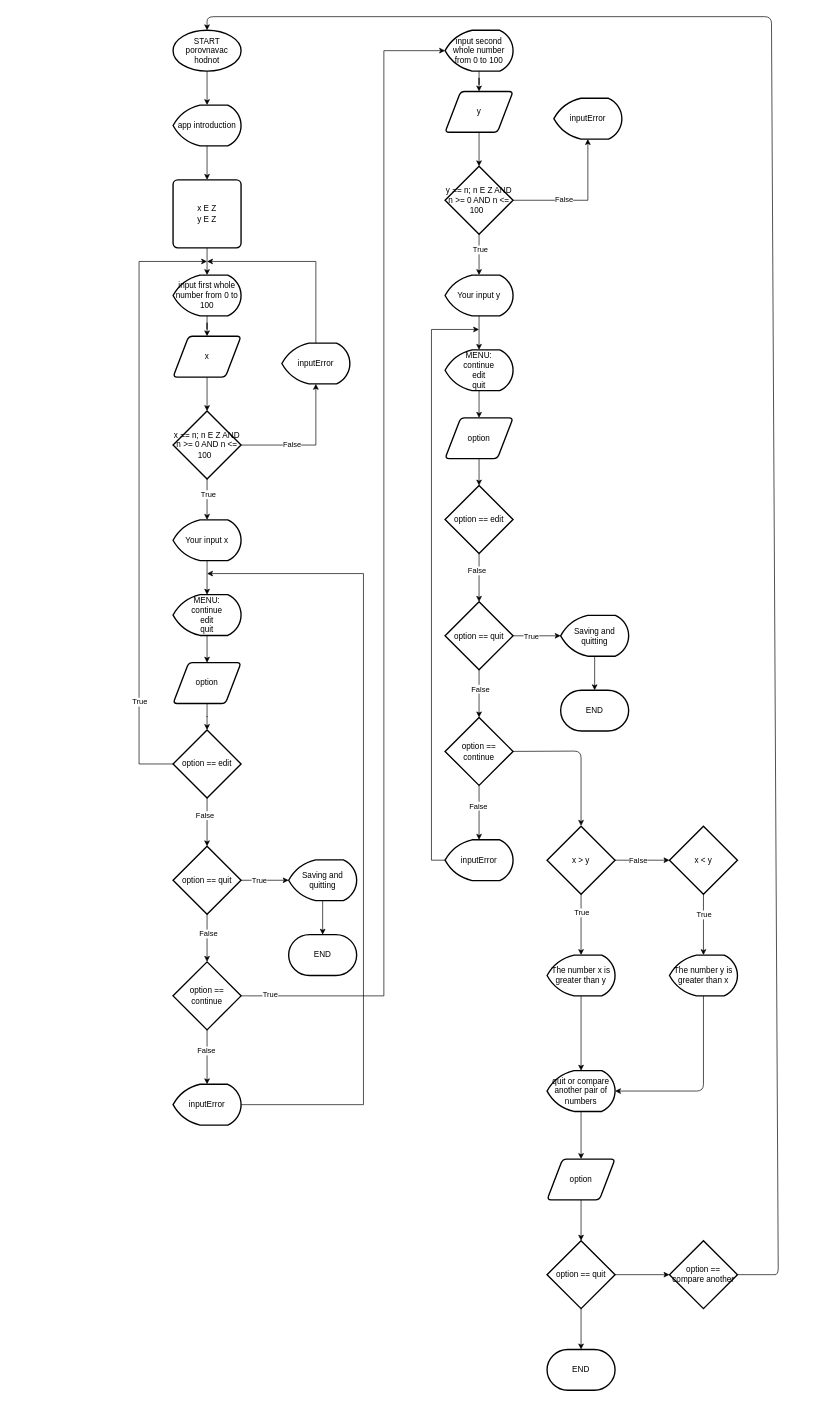
The draw.io diagram comparator.drawio in otevrro21/Comparator, before the edit. Source tidied: cells renumbered, new cells numbered last; positions are measured from the earlier drawing's top-left corner, leaving out a move shared by most shapes. Both pictures are drawn from the tidied source at 68%, with x=0, y=0 at pixel (139, 16).
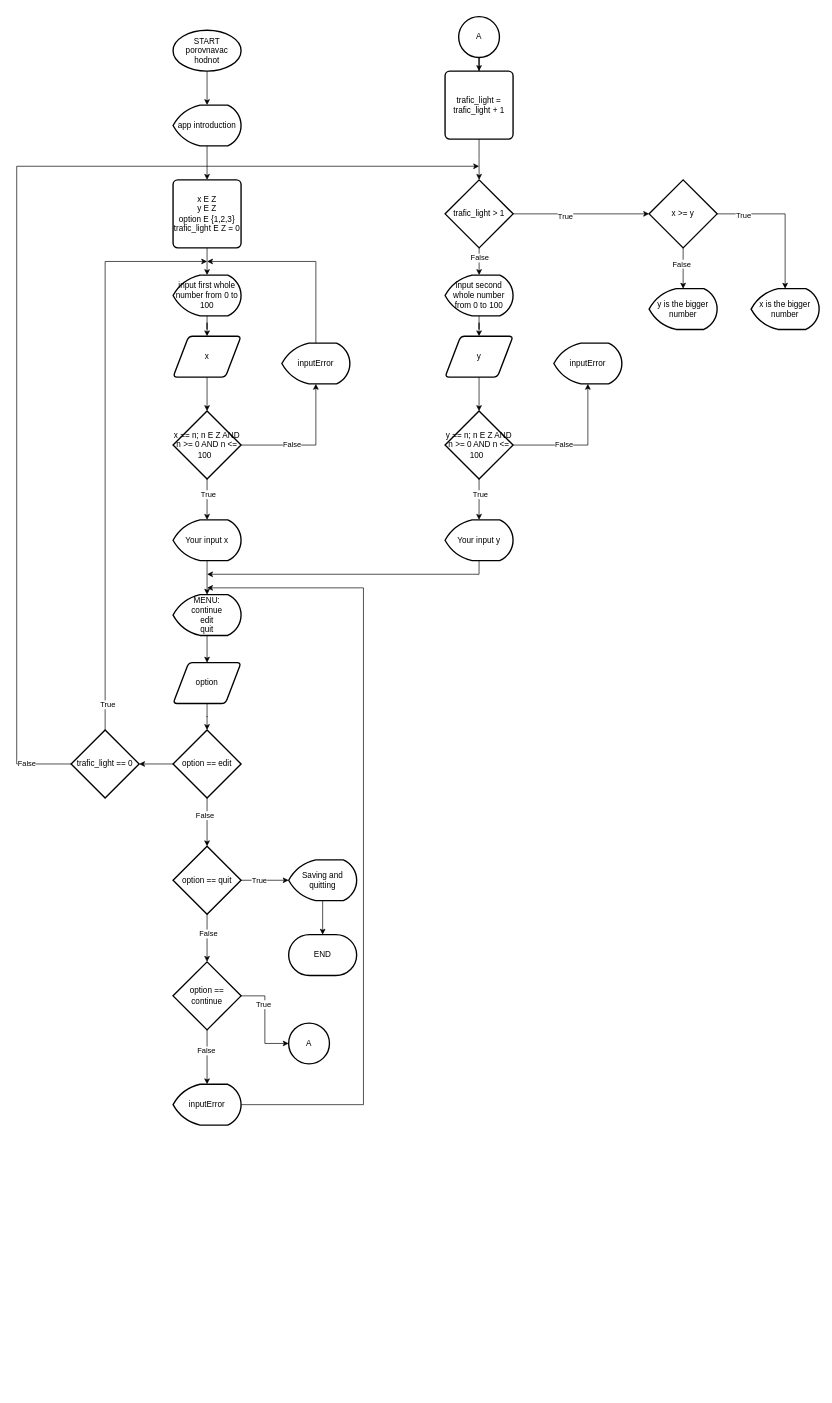
The same page after the edit.

Commit message (it also covers changes not shown here):
edit gitingore and flowchart

The change refers to these unchanged cells:
```xml
<mxCell id="3" value="START&lt;br&gt;porovnavac hodnot" style="strokeWidth=2;html=1;shape=mxgraph.flowchart.start_1;whiteSpace=wrap;" parent="1" vertex="1">
  <mxGeometry x="50" y="20" width="100" height="60" as="geometry" />
</mxCell>
<mxCell id="29" value="option == edit" style="strokeWidth=2;html=1;shape=mxgraph.flowchart.decision;whiteSpace=wrap;" parent="1" vertex="1">
  <mxGeometry x="50" y="1049" width="100" height="100" as="geometry" />
</mxCell>
<mxCell id="39" value="option == continue" style="strokeWidth=2;html=1;shape=mxgraph.flowchart.decision;whiteSpace=wrap;" parent="1" vertex="1">
  <mxGeometry x="50" y="1390" width="100" height="100" as="geometry" />
</mxCell>
<mxCell id="60" value="inputError" style="strokeWidth=2;html=1;shape=mxgraph.flowchart.display;whiteSpace=wrap;" parent="1" vertex="1">
  <mxGeometry x="50" y="1570" width="100" height="60" as="geometry" />
</mxCell>
```

Change to the diagram source:
```diff
@@
-    <mxCell id="7" value="x E Z&lt;br&gt;y E Z" style="rounded=1;whiteSpace=wrap;html=1;absoluteArcSize=1;arcSize=14;strokeWidth=2;" parent="1" vertex="1">
+    <mxCell id="7" value="x E Z&lt;br&gt;y E Z&lt;br&gt;option E {1,2,3}&lt;br&gt;trafic_light E Z = 0" style="rounded=1;whiteSpace=wrap;html=1;absoluteArcSize=1;arcSize=14;strokeWidth=2;" parent="1" vertex="1">
       <mxGeometry x="50" y="240" width="100" height="100" as="geometry" />
     </mxCell>
@@
-    <mxCell id="25" style="edgeStyle=orthogonalEdgeStyle;rounded=0;jettySize=auto;html=1;exitX=0;exitY=0.5;exitDx=0;exitDy=0;exitPerimeter=0;" parent="1" edge="1" source="29">
-      <mxGeometry relative="1" as="geometry">
-        <mxPoint x="100" y="360" as="targetPoint" />
-        <Array as="points">
-          <mxPoint y="1099" />
-          <mxPoint y="360" />
-        </Array>
-      </mxGeometry>
-    </mxCell>
-    <mxCell id="26" value="True" style="edgeLabel;html=1;align=center;verticalAlign=middle;" parent="25" vertex="1">
-      <mxGeometry x="-0.68" relative="1" as="geometry" />
-    </mxCell>
@@
+    <mxCell id="100" style="edgeStyle=orthogonalEdgeStyle;rounded=0;jettySize=auto;html=1;" parent="1" edge="1" source="29" target="110">
+      <mxGeometry relative="1" as="geometry" />
+    </mxCell>
@@
-    <mxCell id="35" style="edgeStyle=orthogonalEdgeStyle;rounded=0;jettySize=auto;html=1;entryX=0;entryY=0.5;entryDx=0;entryDy=0;entryPerimeter=0;" parent="1" edge="1" source="39" target="44">
-      <mxGeometry relative="1" as="geometry">
-        <Array as="points">
-          <mxPoint x="360" y="1440" />
-          <mxPoint x="360" y="50" />
-        </Array>
-      </mxGeometry>
-    </mxCell>
-    <mxCell id="36" value="True&lt;br&gt;" style="edgeLabel;html=1;align=center;verticalAlign=middle;" parent="35" vertex="1">
-      <mxGeometry x="-0.95" y="3" relative="1" as="geometry" />
-    </mxCell>
@@
+    <mxCell id="101" style="edgeStyle=orthogonalEdgeStyle;rounded=0;jettySize=auto;html=1;" parent="1" edge="1" source="39" target="103">
+      <mxGeometry relative="1" as="geometry" />
+    </mxCell>
+    <mxCell id="102" value="True" style="edgeLabel;html=1;align=center;verticalAlign=middle;" parent="101" vertex="1">
+      <mxGeometry x="-0.33" y="-3" relative="1" as="geometry" />
+    </mxCell>
@@
     <mxCell id="44" value="input second whole number from 0 to 100" style="strokeWidth=2;html=1;shape=mxgraph.flowchart.display;whiteSpace=wrap;" parent="1" vertex="1">
-      <mxGeometry x="450" y="20" width="100" height="60" as="geometry" />
+      <mxGeometry x="450" y="380" width="100" height="60" as="geometry" />
     </mxCell>
@@
     <mxCell id="46" value="y" style="shape=parallelogram;html=1;strokeWidth=2;perimeter=parallelogramPerimeter;whiteSpace=wrap;rounded=1;arcSize=12;size=0.23;" parent="1" vertex="1">
-      <mxGeometry x="450" y="110" width="100" height="60" as="geometry" />
+      <mxGeometry x="450" y="470" width="100" height="60" as="geometry" />
     </mxCell>
@@
     <mxCell id="51" value="y == n; n E Z AND n &amp;gt;= 0 AND n &amp;lt;= 100&amp;nbsp;&amp;nbsp;" style="strokeWidth=2;html=1;shape=mxgraph.flowchart.decision;whiteSpace=wrap;" parent="1" vertex="1">
-      <mxGeometry x="450" y="220" width="100" height="100" as="geometry" />
+      <mxGeometry x="450" y="580" width="100" height="100" as="geometry" />
     </mxCell>
     <mxCell id="52" value="inputError" style="strokeWidth=2;html=1;shape=mxgraph.flowchart.display;whiteSpace=wrap;" parent="1" vertex="1">
-      <mxGeometry x="610" y="120" width="100" height="60" as="geometry" />
+      <mxGeometry x="610" y="480" width="100" height="60" as="geometry" />
     </mxCell>
-    <mxCell id="53" style="edgeStyle=orthogonalEdgeStyle;rounded=0;jettySize=auto;html=1;" parent="1" edge="1" source="54" target="56">
-      <mxGeometry relative="1" as="geometry" />
+    <mxCell id="53" style="edgeStyle=orthogonalEdgeStyle;rounded=0;jettySize=auto;html=1;" parent="1" edge="1" source="54">
+      <mxGeometry relative="1" as="geometry">
+        <mxPoint x="100" y="820" as="targetPoint" />
+        <Array as="points">
+          <mxPoint x="500" y="820" />
+        </Array>
+      </mxGeometry>
     </mxCell>
     <mxCell id="54" value="Your input y" style="strokeWidth=2;html=1;shape=mxgraph.flowchart.display;whiteSpace=wrap;" parent="1" vertex="1">
-      <mxGeometry x="450" y="380" width="100" height="60" as="geometry" />
+      <mxGeometry x="450" y="740" width="100" height="60" as="geometry" />
     </mxCell>
-    <mxCell id="55" style="edgeStyle=orthogonalEdgeStyle;rounded=0;jettySize=auto;html=1;" parent="1" edge="1" source="56" target="58">
-      <mxGeometry relative="1" as="geometry" />
-    </mxCell>
-    <mxCell id="56" value="MENU:&lt;br&gt;continue&lt;br&gt;edit&lt;br&gt;quit" style="strokeWidth=2;html=1;shape=mxgraph.flowchart.display;whiteSpace=wrap;" parent="1" vertex="1">
-      <mxGeometry x="450" y="490" width="100" height="60" as="geometry" />
-    </mxCell>
-    <mxCell id="57" style="edgeStyle=orthogonalEdgeStyle;rounded=0;jettySize=auto;html=1;" parent="1" edge="1" source="58" target="63">
-      <mxGeometry relative="1" as="geometry" />
-    </mxCell>
-    <mxCell id="58" value="option" style="shape=parallelogram;html=1;strokeWidth=2;perimeter=parallelogramPerimeter;whiteSpace=wrap;rounded=1;arcSize=12;size=0.23;" parent="1" vertex="1">
-      <mxGeometry x="450" y="590" width="100" height="60" as="geometry" />
-    </mxCell>
     <mxCell id="59" style="edgeStyle=orthogonalEdgeStyle;rounded=0;jettySize=auto;html=1;exitX=1;exitY=0.5;exitDx=0;exitDy=0;exitPerimeter=0;" parent="1" edge="1" source="60">
       <mxGeometry relative="1" as="geometry">
-        <mxPoint x="100" y="819" as="targetPoint" />
+        <mxPoint x="100" y="840" as="targetPoint" />
         <Array as="points">
           <mxPoint x="330" y="1600" />
+          <mxPoint x="330" y="840" />
+          <mxPoint x="100" y="840" />
         </Array>
       </mxGeometry>
     </mxCell>
@@
-    <mxCell id="61" style="edgeStyle=orthogonalEdgeStyle;rounded=0;jettySize=auto;html=1;" parent="1" edge="1" source="63" target="68">
-      <mxGeometry relative="1" as="geometry">
-        <Array as="points">
-          <mxPoint x="500" y="810.5" />
-          <mxPoint x="500" y="810.5" />
-        </Array>
-      </mxGeometry>
-    </mxCell>
-    <mxCell id="62" value="False" style="edgeLabel;html=1;align=center;verticalAlign=middle;" parent="61" vertex="1">
-      <mxGeometry x="-0.3" y="-4" relative="1" as="geometry" />
-    </mxCell>
-    <mxCell id="63" value="option == edit" style="strokeWidth=2;html=1;shape=mxgraph.flowchart.decision;whiteSpace=wrap;" parent="1" vertex="1">
-      <mxGeometry x="450" y="689.5" width="100" height="100" as="geometry" />
-    </mxCell>
-    <mxCell id="64" style="edgeStyle=orthogonalEdgeStyle;rounded=0;jettySize=auto;html=1;" parent="1" edge="1" source="68" target="72">
-      <mxGeometry relative="1" as="geometry" />
-    </mxCell>
-    <mxCell id="65" value="False" style="edgeLabel;html=1;align=center;verticalAlign=middle;" parent="64" vertex="1">
-      <mxGeometry x="-0.21" y="1" relative="1" as="geometry" />
-    </mxCell>
-    <mxCell id="66" style="edgeStyle=orthogonalEdgeStyle;rounded=0;jettySize=auto;html=1;" parent="1" edge="1" source="68" target="74">
-      <mxGeometry relative="1" as="geometry" />
-    </mxCell>
-    <mxCell id="67" value="True" style="edgeLabel;html=1;align=center;verticalAlign=middle;" parent="66" vertex="1">
-      <mxGeometry x="-0.25" relative="1" as="geometry" />
-    </mxCell>
-    <mxCell id="68" value="option == quit" style="strokeWidth=2;html=1;shape=mxgraph.flowchart.decision;whiteSpace=wrap;" parent="1" vertex="1">
-      <mxGeometry x="450" y="860.5" width="100" height="100" as="geometry" />
-    </mxCell>
-    <mxCell id="69" style="edgeStyle=orthogonalEdgeStyle;rounded=0;jettySize=auto;html=1;" parent="1" edge="1" source="72" target="77">
-      <mxGeometry relative="1" as="geometry" />
-    </mxCell>
-    <mxCell id="70" value="False&lt;br&gt;" style="edgeLabel;html=1;align=center;verticalAlign=middle;" parent="69" vertex="1">
-      <mxGeometry x="-0.24" y="-2" relative="1" as="geometry" />
-    </mxCell>
-    <mxCell id="71" style="edgeStyle=none;html=1;exitX=1;exitY=0.5;exitDx=0;exitDy=0;exitPerimeter=0;" parent="1" edge="1" source="72">
-      <mxGeometry relative="1" as="geometry">
-        <mxPoint x="650" y="1190" as="targetPoint" />
-        <Array as="points">
-          <mxPoint x="650" y="1080" />
-          <mxPoint x="650" y="1110" />
-        </Array>
-      </mxGeometry>
-    </mxCell>
-    <mxCell id="72" value="option == continue" style="strokeWidth=2;html=1;shape=mxgraph.flowchart.decision;whiteSpace=wrap;" parent="1" vertex="1">
-      <mxGeometry x="450" y="1030.5" width="100" height="100" as="geometry" />
-    </mxCell>
-    <mxCell id="73" style="edgeStyle=orthogonalEdgeStyle;rounded=0;jettySize=auto;html=1;" parent="1" edge="1" source="74" target="75">
-      <mxGeometry relative="1" as="geometry" />
-    </mxCell>
-    <mxCell id="74" value="Saving and quitting" style="strokeWidth=2;html=1;shape=mxgraph.flowchart.display;whiteSpace=wrap;" parent="1" vertex="1">
-      <mxGeometry x="620" y="880.5" width="100" height="60" as="geometry" />
-    </mxCell>
-    <mxCell id="75" value="END" style="strokeWidth=2;html=1;shape=mxgraph.flowchart.terminator;whiteSpace=wrap;" parent="1" vertex="1">
-      <mxGeometry x="620" y="990.5" width="100" height="60" as="geometry" />
-    </mxCell>
-    <mxCell id="76" style="edgeStyle=orthogonalEdgeStyle;rounded=0;jettySize=auto;html=1;exitX=0;exitY=0.5;exitDx=0;exitDy=0;exitPerimeter=0;" parent="1" edge="1" source="77">
-      <mxGeometry relative="1" as="geometry">
-        <mxPoint x="500" y="460" as="targetPoint" />
-        <Array as="points">
-          <mxPoint x="430" y="1241" />
-        </Array>
-      </mxGeometry>
-    </mxCell>
-    <mxCell id="77" value="inputError" style="strokeWidth=2;html=1;shape=mxgraph.flowchart.display;whiteSpace=wrap;" parent="1" vertex="1">
-      <mxGeometry x="450" y="1210.5" width="100" height="60" as="geometry" />
-    </mxCell>
-    <mxCell id="78" style="edgeStyle=none;html=1;" parent="1" edge="1" source="82" target="85">
-      <mxGeometry relative="1" as="geometry" />
-    </mxCell>
-    <mxCell id="79" value="False&lt;br&gt;" style="edgeLabel;html=1;align=center;verticalAlign=middle;" parent="78" vertex="1">
-      <mxGeometry x="-0.32" y="1" relative="1" as="geometry">
-        <mxPoint x="6" y="1" as="offset" />
-      </mxGeometry>
-    </mxCell>
-    <mxCell id="80" style="edgeStyle=none;html=1;" parent="1" edge="1" source="82" target="87">
-      <mxGeometry relative="1" as="geometry" />
-    </mxCell>
-    <mxCell id="81" value="True" style="edgeLabel;html=1;align=center;verticalAlign=middle;" parent="80" vertex="1">
-      <mxGeometry x="-0.43" relative="1" as="geometry">
-        <mxPoint y="1" as="offset" />
-      </mxGeometry>
-    </mxCell>
-    <mxCell id="82" value="x &amp;gt; y" style="strokeWidth=2;html=1;shape=mxgraph.flowchart.decision;whiteSpace=wrap;" parent="1" vertex="1">
-      <mxGeometry x="600" y="1190.5" width="100" height="100" as="geometry" />
-    </mxCell>
-    <mxCell id="83" style="edgeStyle=none;html=1;" parent="1" edge="1" source="85" target="89">
-      <mxGeometry relative="1" as="geometry" />
-    </mxCell>
-    <mxCell id="84" value="True" style="edgeLabel;html=1;align=center;verticalAlign=middle;" parent="83" vertex="1">
-      <mxGeometry x="-0.32" relative="1" as="geometry" />
-    </mxCell>
-    <mxCell id="85" value="x &amp;lt; y" style="strokeWidth=2;html=1;shape=mxgraph.flowchart.decision;whiteSpace=wrap;" parent="1" vertex="1">
-      <mxGeometry x="780" y="1190.5" width="100" height="100" as="geometry" />
-    </mxCell>
-    <mxCell id="86" style="edgeStyle=none;html=1;" parent="1" edge="1" source="87" target="91">
-      <mxGeometry relative="1" as="geometry" />
-    </mxCell>
-    <mxCell id="87" value="The number x is greater than y" style="strokeWidth=2;html=1;shape=mxgraph.flowchart.display;whiteSpace=wrap;" parent="1" vertex="1">
-      <mxGeometry x="600" y="1380" width="100" height="60" as="geometry" />
-    </mxCell>
-    <mxCell id="88" style="edgeStyle=none;html=1;exitX=0.5;exitY=1;exitDx=0;exitDy=0;exitPerimeter=0;entryX=1;entryY=0.5;entryDx=0;entryDy=0;entryPerimeter=0;" parent="1" edge="1" source="89" target="91">
-      <mxGeometry relative="1" as="geometry">
-        <Array as="points">
-          <mxPoint x="830" y="1580" />
-        </Array>
-      </mxGeometry>
-    </mxCell>
-    <mxCell id="89" value="The number y is greater than x" style="strokeWidth=2;html=1;shape=mxgraph.flowchart.display;whiteSpace=wrap;" parent="1" vertex="1">
-      <mxGeometry x="780" y="1380" width="100" height="60" as="geometry" />
-    </mxCell>
-    <mxCell id="90" style="edgeStyle=none;html=1;" parent="1" edge="1" source="91" target="93">
-      <mxGeometry relative="1" as="geometry" />
-    </mxCell>
-    <mxCell id="91" value="quit or compare another pair of numbers" style="strokeWidth=2;html=1;shape=mxgraph.flowchart.display;whiteSpace=wrap;" parent="1" vertex="1">
-      <mxGeometry x="600" y="1550" width="100" height="60" as="geometry" />
-    </mxCell>
-    <mxCell id="92" style="edgeStyle=none;html=1;" parent="1" edge="1" source="93" target="96">
-      <mxGeometry relative="1" as="geometry" />
-    </mxCell>
-    <mxCell id="93" value="option" style="shape=parallelogram;html=1;strokeWidth=2;perimeter=parallelogramPerimeter;whiteSpace=wrap;rounded=1;arcSize=12;size=0.23;" parent="1" vertex="1">
-      <mxGeometry x="600" y="1680" width="100" height="60" as="geometry" />
-    </mxCell>
-    <mxCell id="94" style="edgeStyle=none;html=1;" parent="1" edge="1" source="96" target="98">
-      <mxGeometry relative="1" as="geometry" />
-    </mxCell>
-    <mxCell id="95" style="edgeStyle=none;html=1;" parent="1" edge="1" source="96" target="99">
-      <mxGeometry relative="1" as="geometry" />
-    </mxCell>
-    <mxCell id="96" value="option == quit" style="strokeWidth=2;html=1;shape=mxgraph.flowchart.decision;whiteSpace=wrap;" parent="1" vertex="1">
-      <mxGeometry x="600" y="1800" width="100" height="100" as="geometry" />
-    </mxCell>
-    <mxCell id="97" style="edgeStyle=none;html=1;exitX=1;exitY=0.5;exitDx=0;exitDy=0;exitPerimeter=0;entryX=0.5;entryY=0;entryDx=0;entryDy=0;entryPerimeter=0;" parent="1" edge="1" source="98" target="3">
-      <mxGeometry relative="1" as="geometry">
-        <Array as="points">
-          <mxPoint x="920" y="1850" />
-          <mxPoint x="940" y="1850" />
-          <mxPoint x="930" />
-          <mxPoint x="100" />
-        </Array>
-      </mxGeometry>
-    </mxCell>
-    <mxCell id="98" value="option == compare another" style="strokeWidth=2;html=1;shape=mxgraph.flowchart.decision;whiteSpace=wrap;" parent="1" vertex="1">
-      <mxGeometry x="780" y="1800" width="100" height="100" as="geometry" />
-    </mxCell>
-    <mxCell id="99" value="END&lt;br&gt;" style="strokeWidth=2;html=1;shape=mxgraph.flowchart.terminator;whiteSpace=wrap;" parent="1" vertex="1">
-      <mxGeometry x="600" y="1960" width="100" height="60" as="geometry" />
-    </mxCell>
+    <mxCell id="103" value="A" style="strokeWidth=2;html=1;shape=mxgraph.flowchart.start_2;whiteSpace=wrap;" parent="1" vertex="1">
+      <mxGeometry x="220" y="1480" width="60" height="60" as="geometry" />
+    </mxCell>
+    <mxCell id="104" style="edgeStyle=orthogonalEdgeStyle;rounded=0;jettySize=auto;html=1;" parent="1" edge="1" source="105" target="112">
+      <mxGeometry relative="1" as="geometry" />
+    </mxCell>
+    <mxCell id="105" value="A" style="strokeWidth=2;html=1;shape=mxgraph.flowchart.start_2;whiteSpace=wrap;" parent="1" vertex="1">
+      <mxGeometry x="470" width="60" height="60" as="geometry" />
+    </mxCell>
+    <mxCell id="106" style="edgeStyle=orthogonalEdgeStyle;rounded=0;jettySize=auto;html=1;" parent="1" edge="1" source="110">
+      <mxGeometry relative="1" as="geometry">
+        <mxPoint x="500.1" y="220" as="targetPoint" />
+        <Array as="points">
+          <mxPoint x="-179.9" y="1099" />
+          <mxPoint x="-179.9" y="220" />
+        </Array>
+      </mxGeometry>
+    </mxCell>
+    <mxCell id="107" value="False" style="edgeLabel;html=1;align=center;verticalAlign=middle;" parent="106" vertex="1">
+      <mxGeometry x="-0.92" y="-2" relative="1" as="geometry" />
+    </mxCell>
+    <mxCell id="108" style="edgeStyle=orthogonalEdgeStyle;rounded=0;jettySize=auto;html=1;" parent="1" edge="1" source="110">
+      <mxGeometry relative="1" as="geometry">
+        <mxPoint x="100.1" y="360" as="targetPoint" />
+        <Array as="points">
+          <mxPoint x="-49.9" y="360" />
+          <mxPoint x="100.1" y="360" />
+        </Array>
+      </mxGeometry>
+    </mxCell>
+    <mxCell id="109" value="True" style="edgeLabel;html=1;align=center;verticalAlign=middle;" parent="108" vertex="1">
+      <mxGeometry x="-0.91" y="-3" relative="1" as="geometry" />
+    </mxCell>
+    <mxCell id="110" value="trafic_light == 0" style="strokeWidth=2;html=1;shape=mxgraph.flowchart.decision;whiteSpace=wrap;" parent="1" vertex="1">
+      <mxGeometry x="-99.9" y="1049" width="100" height="100" as="geometry" />
+    </mxCell>
+    <mxCell id="111" style="edgeStyle=orthogonalEdgeStyle;rounded=0;jettySize=auto;html=1;" parent="1" edge="1" source="112" target="117">
+      <mxGeometry relative="1" as="geometry" />
+    </mxCell>
+    <mxCell id="112" value="trafic_light = trafic_light + 1" style="rounded=1;whiteSpace=wrap;html=1;absoluteArcSize=1;arcSize=14;strokeWidth=2;" parent="1" vertex="1">
+      <mxGeometry x="450" y="80" width="100" height="100" as="geometry" />
+    </mxCell>
+    <mxCell id="113" style="edgeStyle=orthogonalEdgeStyle;rounded=0;jettySize=auto;html=1;" parent="1" edge="1" source="117" target="44">
+      <mxGeometry relative="1" as="geometry">
+        <Array as="points">
+          <mxPoint x="500.1" y="350" />
+          <mxPoint x="500.1" y="350" />
+        </Array>
+      </mxGeometry>
+    </mxCell>
+    <mxCell id="114" value="False" style="edgeLabel;html=1;align=center;verticalAlign=middle;" parent="113" vertex="1">
+      <mxGeometry x="-0.28" relative="1" as="geometry" />
+    </mxCell>
+    <mxCell id="115" style="edgeStyle=orthogonalEdgeStyle;rounded=0;jettySize=auto;html=1;" parent="1" edge="1" source="117" target="122">
+      <mxGeometry relative="1" as="geometry" />
+    </mxCell>
+    <mxCell id="116" value="True" style="edgeLabel;html=1;align=center;verticalAlign=middle;" parent="115" vertex="1">
+      <mxGeometry x="-0.24" y="-3" relative="1" as="geometry" />
+    </mxCell>
+    <mxCell id="117" value="trafic_light &amp;gt; 1" style="strokeWidth=2;html=1;shape=mxgraph.flowchart.decision;whiteSpace=wrap;" parent="1" vertex="1">
+      <mxGeometry x="450.1" y="240" width="100" height="100" as="geometry" />
+    </mxCell>
+    <mxCell id="118" style="edgeStyle=orthogonalEdgeStyle;rounded=0;jettySize=auto;html=1;" parent="1" edge="1" source="122" target="123">
+      <mxGeometry relative="1" as="geometry" />
+    </mxCell>
+    <mxCell id="119" value="False" style="edgeLabel;html=1;align=center;verticalAlign=middle;" parent="118" vertex="1">
+      <mxGeometry x="-0.22" y="-3" relative="1" as="geometry" />
+    </mxCell>
+    <mxCell id="120" style="edgeStyle=orthogonalEdgeStyle;rounded=0;jettySize=auto;html=1;entryX=0.5;entryY=0;entryDx=0;entryDy=0;entryPerimeter=0;" parent="1" edge="1" source="122" target="124">
+      <mxGeometry relative="1" as="geometry" />
+    </mxCell>
+    <mxCell id="121" value="True" style="edgeLabel;html=1;align=center;verticalAlign=middle;" parent="120" vertex="1">
+      <mxGeometry x="-0.64" y="-1" relative="1" as="geometry" />
+    </mxCell>
+    <mxCell id="122" value="x &amp;gt;= y" style="strokeWidth=2;html=1;shape=mxgraph.flowchart.decision;whiteSpace=wrap;" parent="1" vertex="1">
+      <mxGeometry x="750.1" y="240" width="100" height="100" as="geometry" />
+    </mxCell>
+    <mxCell id="123" value="y is the bigger number" style="strokeWidth=2;html=1;shape=mxgraph.flowchart.display;whiteSpace=wrap;" parent="1" vertex="1">
+      <mxGeometry x="750.1" y="400" width="100" height="60" as="geometry" />
+    </mxCell>
+    <mxCell id="124" value="x is the bigger number" style="strokeWidth=2;html=1;shape=mxgraph.flowchart.display;whiteSpace=wrap;" parent="1" vertex="1">
+      <mxGeometry x="900.1" y="400" width="100" height="60" as="geometry" />
+    </mxCell>
```
